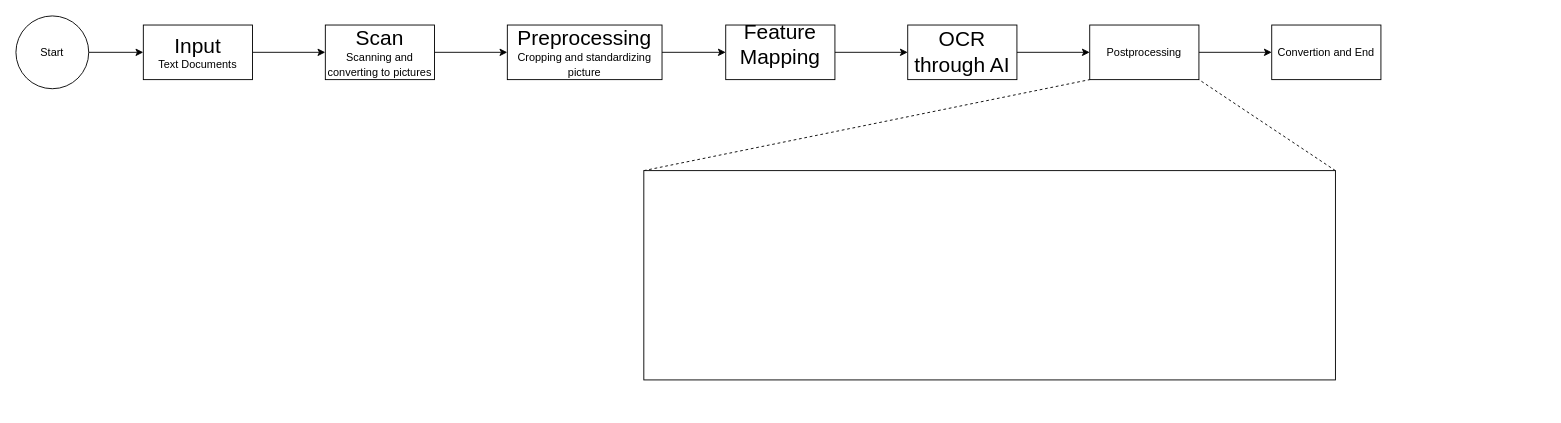
Earlier version of the draw.io diagram smth.drawio (HasanRomaih/refactored-pancake). Source tidied: cells renumbered, new cells numbered last; positions are measured from the earlier drawing's top-left corner, leaving out a move shared by most shapes. Both pictures are drawn from the tidied source at 91%, with x=0, y=0 at pixel (15, 15).
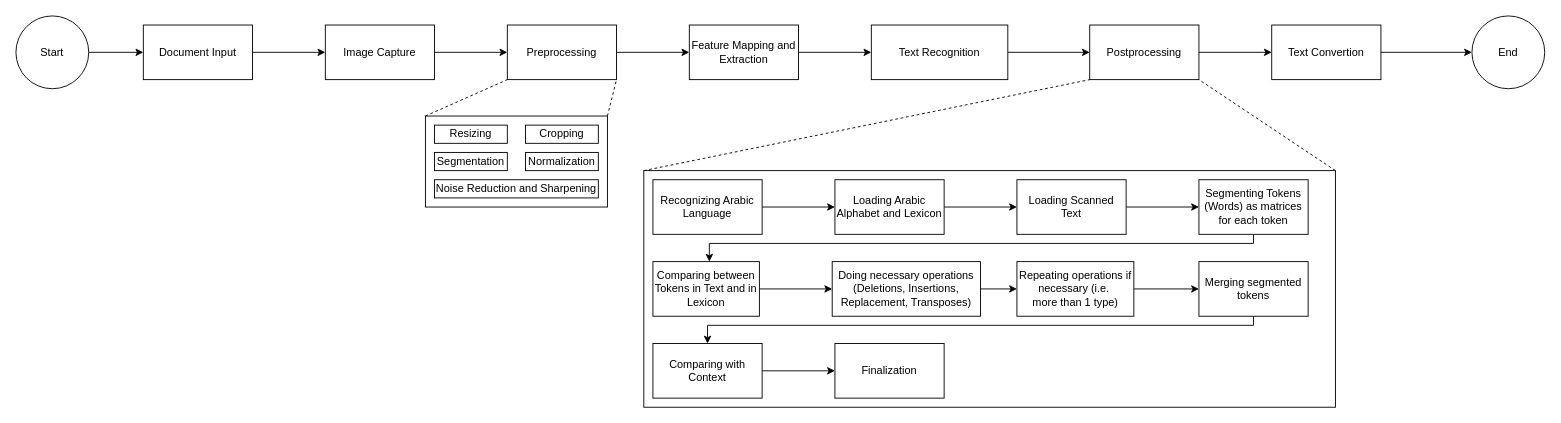
After the change.

Unchanged cells that the change refers to:
```xml
<mxCell id="15" value="&lt;div&gt;Postprocessing&lt;/div&gt;" style="whiteSpace=wrap;html=1;" parent="1" vertex="1">
  <mxGeometry x="1180" y="10" width="120" height="60" as="geometry" />
</mxCell>
```

Change to the diagram source:
```diff
@@
-    <mxCell id="5" value="&lt;div&gt;&lt;font style=&quot;font-size: 23px;&quot;&gt;Input&lt;/font&gt;&lt;/div&gt;&lt;div style=&quot;&quot;&gt;&lt;font style=&quot;font-size: 12px;&quot;&gt;Text Documents&lt;font style=&quot;font-size: 12px;&quot;&gt;&lt;br&gt;&lt;/font&gt;&lt;/font&gt;&lt;/div&gt;" style="whiteSpace=wrap;html=1;" parent="1" vertex="1">
+    <mxCell id="5" value="Document Input" style="whiteSpace=wrap;html=1;" parent="1" vertex="1">
       <mxGeometry x="140" y="10" width="120" height="60" as="geometry" />
     </mxCell>
-    <mxCell id="6" style="edgeStyle=orthogonalEdgeStyle;rounded=0;jettySize=auto;html=1;" parent="1" edge="1" source="7" target="9">
-      <mxGeometry relative="1" as="geometry" />
-    </mxCell>
+    <mxCell id="20" style="edgeStyle=orthogonalEdgeStyle;rounded=0;jettySize=auto;html=1;" parent="1" edge="1" source="7" target="23">
+      <mxGeometry relative="1" as="geometry" />
+    </mxCell>
-    <mxCell id="7" value="&lt;div&gt;&lt;font style=&quot;font-size: 23px;&quot;&gt;Scan&lt;/font&gt;&lt;/div&gt;&lt;div style=&quot;&quot;&gt;Scanning and converting to pictures&lt;font style=&quot;font-size: 14px;&quot;&gt;&lt;br&gt;&lt;/font&gt;&lt;/div&gt;" style="whiteSpace=wrap;html=1;" parent="1" vertex="1">
+    <mxCell id="7" value="&lt;div&gt;Image Capture&lt;/div&gt;" style="whiteSpace=wrap;html=1;" parent="1" vertex="1">
       <mxGeometry x="340" y="10" width="120" height="60" as="geometry" />
     </mxCell>
-    <mxCell id="8" style="edgeStyle=orthogonalEdgeStyle;rounded=0;jettySize=auto;html=1;" parent="1" edge="1" source="9" target="11">
-      <mxGeometry relative="1" as="geometry" />
-    </mxCell>
-    <mxCell id="9" value="&lt;div&gt;&lt;font style=&quot;font-size: 23px;&quot;&gt;Preprocessing&lt;/font&gt;&lt;/div&gt;&lt;div style=&quot;&quot;&gt;Cropping and standardizing picture&lt;font style=&quot;font-size: 14px;&quot;&gt;&lt;br&gt;&lt;/font&gt;&lt;/div&gt;" style="whiteSpace=wrap;html=1;" parent="1" vertex="1">
-      <mxGeometry x="540" y="10" width="170" height="60" as="geometry" />
-    </mxCell>
-    <mxCell id="10" style="edgeStyle=orthogonalEdgeStyle;rounded=0;jettySize=auto;html=1;" parent="1" edge="1" source="11" target="13">
-      <mxGeometry relative="1" as="geometry" />
-    </mxCell>
-    <mxCell id="11" value="&lt;div&gt;&lt;font style=&quot;font-size: 23px;&quot;&gt;Feature Mapping&lt;br&gt;&lt;/font&gt;&lt;/div&gt;&lt;div style=&quot;&quot;&gt;&lt;font style=&quot;font-size: 14px;&quot;&gt;&lt;br&gt;&lt;/font&gt;&lt;/div&gt;" style="whiteSpace=wrap;html=1;" parent="1" vertex="1">
-      <mxGeometry x="780" y="10" width="120" height="60" as="geometry" />
-    </mxCell>
-    <mxCell id="12" style="edgeStyle=orthogonalEdgeStyle;rounded=0;jettySize=auto;html=1;" parent="1" edge="1" source="13" target="15">
-      <mxGeometry relative="1" as="geometry" />
-    </mxCell>
-    <mxCell id="13" value="&lt;font style=&quot;font-size: 23px;&quot;&gt;OCR through AI&lt;br&gt;&lt;/font&gt;" style="whiteSpace=wrap;html=1;" parent="1" vertex="1">
-      <mxGeometry x="980" y="10" width="120" height="60" as="geometry" />
-    </mxCell>
@@
+    <mxCell id="21" style="edgeStyle=orthogonalEdgeStyle;rounded=0;jettySize=auto;html=1;" parent="1" edge="1" source="16" target="55">
+      <mxGeometry relative="1" as="geometry" />
+    </mxCell>
-    <mxCell id="16" value="Convertion and End" style="whiteSpace=wrap;html=1;" parent="1" vertex="1">
+    <mxCell id="16" value="Text Convertion" style="whiteSpace=wrap;html=1;" parent="1" vertex="1">
       <mxGeometry x="1380" y="10" width="120" height="60" as="geometry" />
     </mxCell>
@@
     <mxCell id="19" style="rounded=0;whiteSpace=wrap;html=1;" parent="1" vertex="1">
-      <mxGeometry x="690" y="170" width="760" height="230" as="geometry" />
+      <mxGeometry x="690" y="170" width="760" height="260" as="geometry" />
     </mxCell>
+    <mxCell id="22" style="edgeStyle=orthogonalEdgeStyle;rounded=0;jettySize=auto;html=1;" parent="1" edge="1" source="23" target="32">
+      <mxGeometry relative="1" as="geometry" />
+    </mxCell>
+    <mxCell id="23" value="Preprocessing" style="whiteSpace=wrap;html=1;" parent="1" vertex="1">
+      <mxGeometry x="540" y="10" width="120" height="60" as="geometry" />
+    </mxCell>
+    <mxCell id="24" style="endArrow=none;dashed=1;html=1;rounded=0;entryX=0;entryY=1;entryDx=0;entryDy=0;exitX=0;exitY=0;exitDx=0;exitDy=0;" parent="1" edge="1" source="26" target="23">
+      <mxGeometry relative="1" as="geometry" />
+    </mxCell>
+    <mxCell id="25" style="endArrow=none;dashed=1;html=1;rounded=0;entryX=0;entryY=1;entryDx=0;entryDy=0;exitX=1;exitY=0;exitDx=0;exitDy=0;" parent="1" edge="1" source="26">
+      <mxGeometry relative="1" as="geometry">
+        <mxPoint x="660" y="70" as="targetPoint" />
+      </mxGeometry>
+    </mxCell>
+    <mxCell id="26" style="rounded=0;whiteSpace=wrap;html=1;" parent="1" vertex="1">
+      <mxGeometry x="450" y="110" width="200" height="100" as="geometry" />
+    </mxCell>
+    <mxCell id="27" value="Resizing" style="rounded=0;whiteSpace=wrap;html=1;" parent="1" vertex="1">
+      <mxGeometry x="460" y="120" width="80" height="20" as="geometry" />
+    </mxCell>
+    <mxCell id="28" value="Cropping" style="rounded=0;whiteSpace=wrap;html=1;" parent="1" vertex="1">
+      <mxGeometry x="560" y="120" width="80" height="20" as="geometry" />
+    </mxCell>
+    <mxCell id="29" value="Segmentation" style="rounded=0;whiteSpace=wrap;html=1;" parent="1" vertex="1">
+      <mxGeometry x="460" y="150" width="80" height="20" as="geometry" />
+    </mxCell>
+    <mxCell id="30" value="Normalization" style="rounded=0;whiteSpace=wrap;html=1;" parent="1" vertex="1">
+      <mxGeometry x="560" y="150" width="80" height="20" as="geometry" />
+    </mxCell>
+    <mxCell id="31" style="edgeStyle=orthogonalEdgeStyle;rounded=0;jettySize=auto;html=1;" parent="1" edge="1" source="32" target="34">
+      <mxGeometry relative="1" as="geometry" />
+    </mxCell>
+    <mxCell id="32" value="Feature Mapping and Extraction" style="whiteSpace=wrap;html=1;" parent="1" vertex="1">
+      <mxGeometry x="740" y="10" width="120" height="60" as="geometry" />
+    </mxCell>
+    <mxCell id="33" style="edgeStyle=orthogonalEdgeStyle;rounded=0;jettySize=auto;html=1;" parent="1" edge="1" source="34" target="15">
+      <mxGeometry relative="1" as="geometry" />
+    </mxCell>
+    <mxCell id="34" value="Text Recognition" style="whiteSpace=wrap;html=1;" parent="1" vertex="1">
+      <mxGeometry x="940" y="10" width="150" height="60" as="geometry" />
+    </mxCell>
+    <mxCell id="35" value="Noise Reduction and Sharpening" style="rounded=0;whiteSpace=wrap;html=1;" parent="1" vertex="1">
+      <mxGeometry x="460" y="180" width="180" height="20" as="geometry" />
+    </mxCell>
+    <mxCell id="36" style="edgeStyle=orthogonalEdgeStyle;rounded=0;jettySize=auto;html=1;" parent="1" edge="1" source="37" target="39">
+      <mxGeometry relative="1" as="geometry" />
+    </mxCell>
+    <mxCell id="37" value="Recognizing Arabic Language" style="whiteSpace=wrap;html=1;" parent="1" vertex="1">
+      <mxGeometry x="700" y="180" width="120" height="60" as="geometry" />
+    </mxCell>
+    <mxCell id="38" style="edgeStyle=orthogonalEdgeStyle;rounded=0;jettySize=auto;html=1;" parent="1" edge="1" source="39" target="41">
+      <mxGeometry relative="1" as="geometry" />
+    </mxCell>
+    <mxCell id="39" value="Loading Arabic Alphabet and Lexicon" style="whiteSpace=wrap;html=1;" parent="1" vertex="1">
+      <mxGeometry x="900" y="180" width="120" height="60" as="geometry" />
+    </mxCell>
+    <mxCell id="40" style="edgeStyle=orthogonalEdgeStyle;rounded=0;jettySize=auto;html=1;" parent="1" edge="1" source="41" target="43">
+      <mxGeometry relative="1" as="geometry" />
+    </mxCell>
+    <mxCell id="41" value="&lt;div&gt;Loading Scanned&lt;/div&gt;&lt;div&gt;Text&lt;/div&gt;" style="whiteSpace=wrap;html=1;" parent="1" vertex="1">
+      <mxGeometry x="1100" y="180" width="120" height="60" as="geometry" />
+    </mxCell>
+    <mxCell id="42" style="edgeStyle=orthogonalEdgeStyle;rounded=0;jettySize=auto;html=1;" parent="1" edge="1" source="43" target="45">
+      <mxGeometry relative="1" as="geometry">
+        <Array as="points">
+          <mxPoint x="1360" y="250" />
+          <mxPoint x="762" y="250" />
+        </Array>
+      </mxGeometry>
+    </mxCell>
+    <mxCell id="43" value="Segmenting Tokens (Words) as matrices for each token" style="whiteSpace=wrap;html=1;" parent="1" vertex="1">
+      <mxGeometry x="1300" y="180" width="120" height="60" as="geometry" />
+    </mxCell>
+    <mxCell id="44" style="edgeStyle=orthogonalEdgeStyle;rounded=0;jettySize=auto;html=1;" parent="1" edge="1" source="45" target="47">
+      <mxGeometry relative="1" as="geometry" />
+    </mxCell>
+    <mxCell id="45" value="Comparing between Tokens in Text and in Lexicon" style="whiteSpace=wrap;html=1;" parent="1" vertex="1">
+      <mxGeometry x="700" y="270" width="117" height="60" as="geometry" />
+    </mxCell>
+    <mxCell id="46" style="edgeStyle=orthogonalEdgeStyle;rounded=0;jettySize=auto;html=1;" parent="1" edge="1" source="47" target="49">
+      <mxGeometry relative="1" as="geometry" />
+    </mxCell>
+    <mxCell id="47" value="Doing necessary operations (Deletions, Insertions, Replacement, Transposes)" style="whiteSpace=wrap;html=1;" parent="1" vertex="1">
+      <mxGeometry x="897" y="270" width="163" height="60" as="geometry" />
+    </mxCell>
+    <mxCell id="48" style="edgeStyle=orthogonalEdgeStyle;rounded=0;jettySize=auto;html=1;" parent="1" edge="1" source="49" target="51">
+      <mxGeometry relative="1" as="geometry" />
+    </mxCell>
+    <mxCell id="49" value="&lt;div&gt;Repeating operations if necessary (i.e.&amp;nbsp;&lt;/div&gt;&lt;div&gt;more than 1 type)&lt;/div&gt;" style="whiteSpace=wrap;html=1;" parent="1" vertex="1">
+      <mxGeometry x="1100" y="270" width="128.5" height="60" as="geometry" />
+    </mxCell>
+    <mxCell id="50" style="edgeStyle=orthogonalEdgeStyle;rounded=0;jettySize=auto;html=1;" parent="1" edge="1" source="51" target="53">
+      <mxGeometry relative="1" as="geometry">
+        <Array as="points">
+          <mxPoint x="1360" y="340" />
+          <mxPoint x="760" y="340" />
+        </Array>
+      </mxGeometry>
+    </mxCell>
+    <mxCell id="51" value="Merging segmented tokens" style="whiteSpace=wrap;html=1;" parent="1" vertex="1">
+      <mxGeometry x="1300" y="270" width="120" height="60" as="geometry" />
+    </mxCell>
+    <mxCell id="52" style="edgeStyle=orthogonalEdgeStyle;rounded=0;jettySize=auto;html=1;" parent="1" edge="1" source="53" target="54">
+      <mxGeometry relative="1" as="geometry" />
+    </mxCell>
+    <mxCell id="53" value="Comparing with Context" style="whiteSpace=wrap;html=1;" parent="1" vertex="1">
+      <mxGeometry x="700" y="360" width="120" height="60" as="geometry" />
+    </mxCell>
+    <mxCell id="54" value="Finalization" style="whiteSpace=wrap;html=1;" parent="1" vertex="1">
+      <mxGeometry x="900" y="360" width="120" height="60" as="geometry" />
+    </mxCell>
+    <mxCell id="55" value="End" style="ellipse;whiteSpace=wrap;html=1;" parent="1" vertex="1">
+      <mxGeometry x="1600" width="80" height="80" as="geometry" />
+    </mxCell>
```
